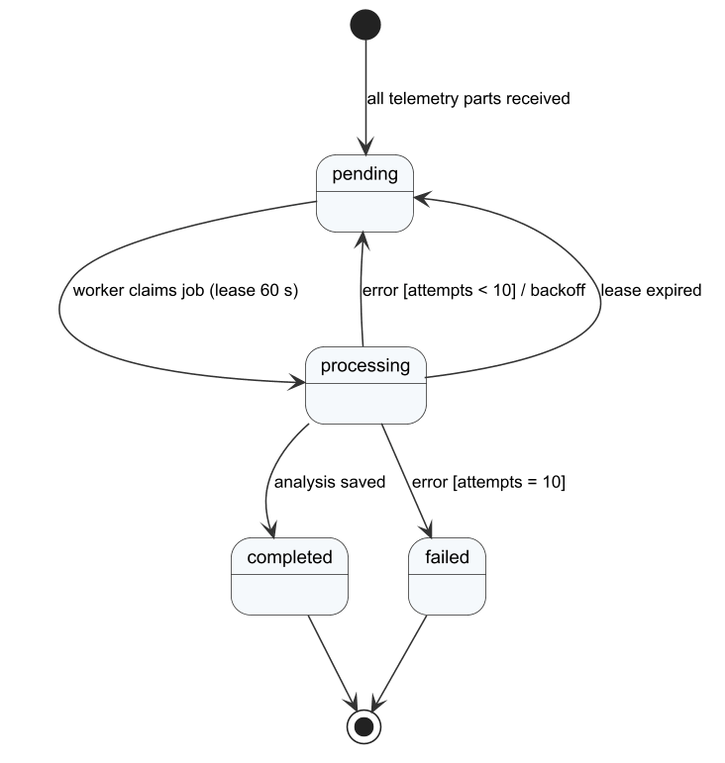
Earlier version of the PlantUML export Doc/Project_report/Report/diagrams/png/r4_sm_aijob.png (Tad-Min/PickleVerse). Source of this version:
```plantuml
@startuml r4_sm_aijob
!include _style.iuml
[*] --> pending : all telemetry parts received
pending --> processing : worker claims job (lease 60 s)
processing --> completed : analysis saved
processing --> pending : error [attempts < 10] / backoff
processing --> pending : lease expired
processing --> failed : error [attempts = 10]
completed --> [*]
failed --> [*]
@enduml
```
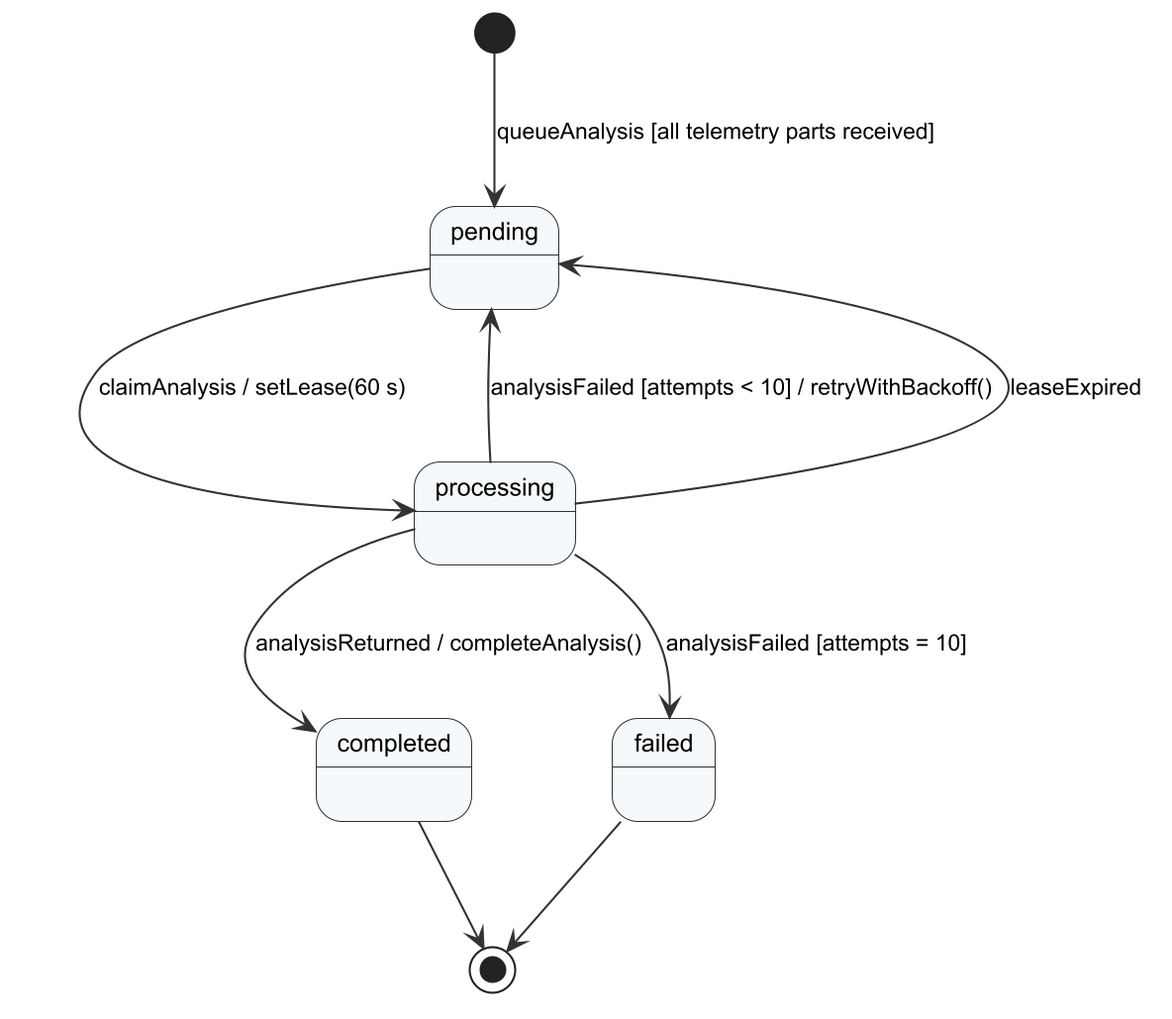
The same diagram one commit later.

Change to the diagram source:
```diff
@@ -1,11 +1,11 @@
 @startuml r4_sm_aijob
 !include _style.iuml
-[*] --> pending : all telemetry parts received
-pending --> processing : worker claims job (lease 60 s)
-processing --> completed : analysis saved
-processing --> pending : error [attempts < 10] / backoff
-processing --> pending : lease expired
-processing --> failed : error [attempts = 10]
+[*] --> pending : queueAnalysis [all telemetry parts received]
+pending --> processing : claimAnalysis / setLease(60 s)
+processing --> completed : analysisReturned / completeAnalysis()
+processing --> pending : analysisFailed [attempts < 10] / retryWithBackoff()
+processing --> pending : leaseExpired
+processing --> failed : analysisFailed [attempts = 10]
 completed --> [*]
 failed --> [*]
 @enduml
```
